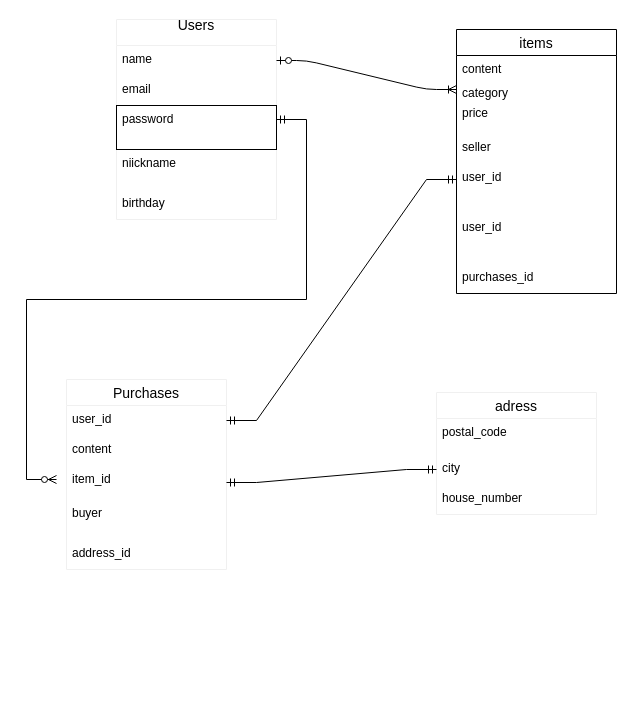
Before: test.dio in 1090dopl/furima-37280, a draw.io diagram. Source tidied: cells renumbered, new cells numbered last; positions are measured from the earlier drawing's top-left corner, leaving out a move shared by most shapes. Both pictures are drawn from the tidied source at 100%, with x=0, y=0 at pixel (56, 19).
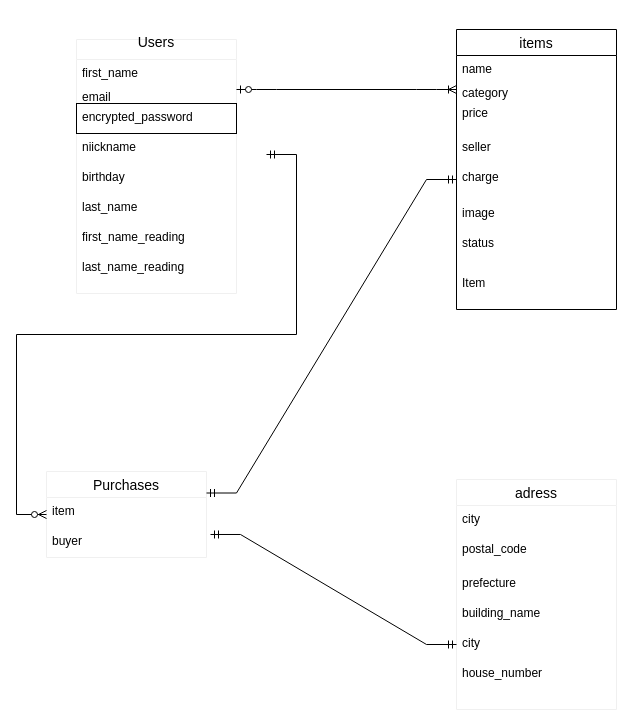
After the change.

Unchanged cells that the change refers to:
```xml
<mxCell id="20" value="category" style="text;strokeColor=none;fillColor=none;spacingLeft=4;spacingRight=4;overflow=hidden;points=[[0,0.5],[1,0.5]];portConstraint=eastwest;fontSize=12;labelBackgroundColor=default;" parent="18" vertex="1">
  <mxGeometry y="50" width="160" height="20" as="geometry" />
</mxCell>
```

Diff of the diagram source:
```diff
@@
     <mxCell id="2" value="Purchases" style="swimlane;fontStyle=0;horizontal=1;startSize=26;align=center;fontSize=14;strokeColor=#F0F0F0;strokeWidth=1;fillColor=none;" parent="1" vertex="1">
-      <mxGeometry x="10" y="360" width="160" height="190" as="geometry" />
+      <mxGeometry x="-10" y="452" width="160" height="86" as="geometry" />
     </mxCell>
-    <mxCell id="3" value="user_id" style="text;strokeColor=none;fillColor=none;spacingLeft=4;spacingRight=4;overflow=hidden;points=[[0,0.5],[1,0.5]];portConstraint=eastwest;fontSize=12;" parent="2" vertex="1">
-      <mxGeometry y="26" width="160" height="30" as="geometry" />
-    </mxCell>
-    <mxCell id="4" value="content" style="text;strokeColor=none;fillColor=none;spacingLeft=4;spacingRight=4;overflow=hidden;fontSize=12;" parent="2" vertex="1">
-      <mxGeometry y="56" width="160" height="30" as="geometry" />
+    <mxCell id="4" value="item" style="text;strokeColor=none;fillColor=none;spacingLeft=4;spacingRight=4;overflow=hidden;fontSize=12;" parent="2" vertex="1">
+      <mxGeometry y="26" width="160" height="30" as="geometry" />
     </mxCell>
-    <mxCell id="5" value="item_id" style="text;strokeColor=none;fillColor=none;spacingLeft=4;spacingRight=4;overflow=hidden;points=[[0,0.5],[1,0.5]];portConstraint=eastwest;fontSize=12;labelBackgroundColor=default;" parent="2" vertex="1">
-      <mxGeometry y="86" width="160" height="34" as="geometry" />
-    </mxCell>
     <mxCell id="6" value="buyer" style="text;strokeColor=none;fillColor=none;spacingLeft=4;spacingRight=4;overflow=hidden;points=[[0,0.5],[1,0.5]];portConstraint=eastwest;fontSize=12;labelBackgroundColor=default;" parent="2" vertex="1">
-      <mxGeometry y="120" width="160" height="40" as="geometry" />
+      <mxGeometry y="56" width="160" height="30" as="geometry" />
     </mxCell>
-    <mxCell id="7" value="address_id&#10;" style="text;strokeColor=none;fillColor=none;spacingLeft=4;spacingRight=4;overflow=hidden;fontSize=12;labelBackgroundColor=default;" parent="2" vertex="1">
-      <mxGeometry y="160" width="160" height="30" as="geometry" />
-    </mxCell>
     <mxCell id="8" value="adress" style="swimlane;fontStyle=0;horizontal=1;startSize=26;align=center;fontSize=14;strokeColor=#F0F0F0;strokeWidth=1;fillColor=none;" parent="1" vertex="1">
-      <mxGeometry x="380" y="373" width="160" height="122" as="geometry" />
+      <mxGeometry x="400" y="460" width="160" height="230" as="geometry" />
     </mxCell>
+    <mxCell id="30" value="city&#10;" style="text;strokeColor=none;fillColor=none;spacingLeft=4;spacingRight=4;overflow=hidden;fontSize=12;labelBackgroundColor=default;" parent="8" vertex="1">
+      <mxGeometry y="26" width="160" height="30" as="geometry" />
+    </mxCell>
     <mxCell id="9" value="postal_code" style="text;strokeColor=none;fillColor=none;spacingLeft=4;spacingRight=4;overflow=hidden;fontSize=12;" parent="8" vertex="1">
-      <mxGeometry y="26" width="160" height="36" as="geometry" />
+      <mxGeometry y="56" width="160" height="34" as="geometry" />
     </mxCell>
+    <mxCell id="31" value="prefecture&#10;" style="text;strokeColor=none;fillColor=none;spacingLeft=4;spacingRight=4;overflow=hidden;fontSize=12;labelBackgroundColor=default;" parent="8" vertex="1">
+      <mxGeometry y="90" width="160" height="30" as="geometry" />
+    </mxCell>
+    <mxCell id="32" value="building_name" style="text;strokeColor=none;fillColor=none;spacingLeft=4;spacingRight=4;overflow=hidden;fontSize=12;labelBackgroundColor=default;" parent="8" vertex="1">
+      <mxGeometry y="120" width="160" height="30" as="geometry" />
+    </mxCell>
     <mxCell id="10" value="city" style="text;strokeColor=none;fillColor=none;spacingLeft=4;spacingRight=4;overflow=hidden;points=[[0,0.5],[1,0.5]];portConstraint=eastwest;fontSize=12;" parent="8" vertex="1">
-      <mxGeometry y="62" width="160" height="30" as="geometry" />
+      <mxGeometry y="150" width="160" height="30" as="geometry" />
     </mxCell>
     <mxCell id="11" value="house_number" style="text;strokeColor=none;fillColor=none;spacingLeft=4;spacingRight=4;overflow=hidden;fontSize=12;" parent="8" vertex="1">
-      <mxGeometry y="92" width="160" height="30" as="geometry" />
+      <mxGeometry y="180" width="160" height="50" as="geometry" />
     </mxCell>
-    <mxCell id="12" value="Users&#10;" style="swimlane;fontStyle=0;horizontal=1;startSize=26;align=center;fontSize=14;strokeColor=#F0F0F0;strokeWidth=1;fillColor=none;" parent="1" vertex="1">
-      <mxGeometry x="60" width="160" height="200" as="geometry" />
+    <mxCell id="12" value="Users&#10;" style="swimlane;fontStyle=0;horizontal=1;startSize=20;align=center;fontSize=14;strokeColor=#F0F0F0;strokeWidth=1;fillColor=none;" parent="1" vertex="1">
+      <mxGeometry x="20" y="20" width="160" height="254" as="geometry" />
     </mxCell>
-    <mxCell id="13" value="name" style="text;strokeColor=none;fillColor=none;spacingLeft=4;spacingRight=4;overflow=hidden;points=[[0,0.5],[1,0.5]];portConstraint=eastwest;fontSize=12;" parent="12" vertex="1">
-      <mxGeometry y="26" width="160" height="30" as="geometry" />
+    <mxCell id="13" value="first_name" style="text;strokeColor=none;fillColor=none;spacingLeft=4;spacingRight=4;overflow=hidden;points=[[0,0.5],[1,0.5]];portConstraint=eastwest;fontSize=12;" parent="12" vertex="1">
+      <mxGeometry y="20" width="160" height="24" as="geometry" />
     </mxCell>
     <mxCell id="14" value="email" style="text;strokeColor=none;fillColor=none;spacingLeft=4;spacingRight=4;overflow=hidden;fontSize=12;" parent="12" vertex="1">
-      <mxGeometry y="56" width="160" height="30" as="geometry" />
+      <mxGeometry y="44" width="160" height="20" as="geometry" />
     </mxCell>
-    <mxCell id="15" value="password" style="text;strokeColor=default;fillColor=none;spacingLeft=4;spacingRight=4;overflow=hidden;fontSize=12;verticalAlign=top;" parent="12" vertex="1">
-      <mxGeometry y="86" width="160" height="44" as="geometry" />
-    </mxCell>
+    <mxCell id="33" value="encrypted_password" style="text;strokeColor=default;fillColor=none;spacingLeft=4;spacingRight=4;overflow=hidden;fontSize=12;verticalAlign=top;" parent="12" vertex="1">
+      <mxGeometry y="64" width="160" height="30" as="geometry" />
+    </mxCell>
     <mxCell id="16" value="niickname" style="text;strokeColor=none;fillColor=none;spacingLeft=4;spacingRight=4;overflow=hidden;fontSize=12;labelBackgroundColor=default;" parent="12" vertex="1">
-      <mxGeometry y="130" width="160" height="70" as="geometry" />
+      <mxGeometry y="94" width="160" height="30" as="geometry" />
     </mxCell>
+    <mxCell id="27" value="birthday" style="text;strokeColor=none;fillColor=none;spacingLeft=4;spacingRight=4;overflow=hidden;fontSize=12;labelBackgroundColor=default;" parent="12" vertex="1">
+      <mxGeometry y="124" width="160" height="30" as="geometry" />
+    </mxCell>
+    <mxCell id="34" value="last_name&#10;" style="text;strokeColor=none;fillColor=none;spacingLeft=4;spacingRight=4;overflow=hidden;fontSize=12;labelBackgroundColor=default;" parent="12" vertex="1">
+      <mxGeometry y="154" width="160" height="30" as="geometry" />
+    </mxCell>
+    <mxCell id="35" value="first_name_reading" style="text;strokeColor=none;fillColor=none;spacingLeft=4;spacingRight=4;overflow=hidden;fontSize=12;labelBackgroundColor=default;" parent="12" vertex="1">
+      <mxGeometry y="184" width="160" height="30" as="geometry" />
+    </mxCell>
+    <mxCell id="36" value="last_name_reading" style="text;strokeColor=none;fillColor=none;spacingLeft=4;spacingRight=4;overflow=hidden;fontSize=12;labelBackgroundColor=default;" parent="12" vertex="1">
+      <mxGeometry y="214" width="160" height="40" as="geometry" />
+    </mxCell>
-    <mxCell id="17" style="edgeStyle=entityRelationEdgeStyle;fontSize=12;html=1;endArrow=ERoneToMany;startArrow=ERzeroToOne;exitX=1;exitY=0.5;exitDx=0;exitDy=0;entryX=0;entryY=0.5;entryDx=0;entryDy=0;" parent="1" edge="1" source="13" target="20">
-      <mxGeometry relative="1" as="geometry" />
+    <mxCell id="17" style="edgeStyle=entityRelationEdgeStyle;fontSize=12;html=1;endArrow=ERoneToMany;startArrow=ERzeroToOne;entryX=0;entryY=0.5;entryDx=0;entryDy=0;" parent="1" edge="1" target="20">
+      <mxGeometry relative="1" as="geometry">
+        <mxPoint x="180" y="70" as="sourcePoint" />
+      </mxGeometry>
     </mxCell>
     <mxCell id="18" value="items" style="swimlane;fontStyle=0;horizontal=1;startSize=26;align=center;fontSize=14;labelBackgroundColor=default;strokeColor=default;strokeWidth=1;fillColor=none;" parent="1" vertex="1">
-      <mxGeometry x="400" y="10" width="160" height="264" as="geometry" />
+      <mxGeometry x="400" y="10" width="160" height="280" as="geometry" />
     </mxCell>
-    <mxCell id="19" value="content&#10;" style="text;strokeColor=none;fillColor=none;spacingLeft=4;spacingRight=4;overflow=hidden;fontSize=12;labelBackgroundColor=default;" parent="18" vertex="1">
+    <mxCell id="19" value="name" style="text;strokeColor=none;fillColor=none;spacingLeft=4;spacingRight=4;overflow=hidden;fontSize=12;labelBackgroundColor=default;" parent="18" vertex="1">
       <mxGeometry y="26" width="160" height="24" as="geometry" />
     </mxCell>
@@
-    <mxCell id="23" value="user_id" style="text;strokeColor=none;fillColor=none;spacingLeft=4;spacingRight=4;overflow=hidden;fontSize=12;labelBackgroundColor=default;" parent="18" vertex="1">
-      <mxGeometry y="134" width="160" height="50" as="geometry" />
-    </mxCell>
-    <mxCell id="24" value="user_id" style="text;strokeColor=none;fillColor=none;spacingLeft=4;spacingRight=4;overflow=hidden;fontSize=12;labelBackgroundColor=default;" parent="18" vertex="1">
-      <mxGeometry y="184" width="160" height="50" as="geometry" />
+    <mxCell id="24" value="charge&#10;" style="text;strokeColor=none;fillColor=none;spacingLeft=4;spacingRight=4;overflow=hidden;fontSize=12;labelBackgroundColor=default;" parent="18" vertex="1">
+      <mxGeometry y="134" width="160" height="36" as="geometry" />
     </mxCell>
-    <mxCell id="25" value="purchases_id" style="text;strokeColor=none;fillColor=none;spacingLeft=4;spacingRight=4;overflow=hidden;fontSize=12;labelBackgroundColor=default;" parent="18" vertex="1">
-      <mxGeometry y="234" width="160" height="30" as="geometry" />
-    </mxCell>
+    <mxCell id="37" value="image&#10;" style="text;strokeColor=none;fillColor=none;spacingLeft=4;spacingRight=4;overflow=hidden;fontSize=12;labelBackgroundColor=default;" parent="18" vertex="1">
+      <mxGeometry y="170" width="160" height="30" as="geometry" />
+    </mxCell>
+    <mxCell id="38" value="status" style="text;strokeColor=none;fillColor=none;spacingLeft=4;spacingRight=4;overflow=hidden;fontSize=12;labelBackgroundColor=default;" parent="18" vertex="1">
+      <mxGeometry y="200" width="160" height="40" as="geometry" />
+    </mxCell>
+    <mxCell id="39" value="Item" style="text;strokeColor=none;fillColor=none;spacingLeft=4;spacingRight=4;overflow=hidden;fontSize=12;labelBackgroundColor=default;" parent="18" vertex="1">
+      <mxGeometry y="240" width="160" height="40" as="geometry" />
+    </mxCell>
-    <mxCell id="26" style="edgeStyle=entityRelationEdgeStyle;fontSize=12;html=1;endArrow=ERmandOne;startArrow=ERmandOne;rounded=0;exitX=1;exitY=0.5;exitDx=0;exitDy=0;entryX=0;entryY=0.5;entryDx=0;entryDy=0;" parent="1" edge="1" source="5" target="10">
+    <mxCell id="26" style="edgeStyle=entityRelationEdgeStyle;fontSize=12;html=1;endArrow=ERmandOne;startArrow=ERmandOne;rounded=0;entryX=0;entryY=0.5;entryDx=0;entryDy=0;exitX=1.025;exitY=0.233;exitDx=0;exitDy=0;exitPerimeter=0;" parent="1" edge="1" source="6" target="10">
       <mxGeometry relative="1" as="geometry" />
     </mxCell>
-    <mxCell id="27" value="birthday" style="text;strokeColor=none;fillColor=none;spacingLeft=4;spacingRight=4;overflow=hidden;fontSize=12;labelBackgroundColor=default;" parent="1" vertex="1">
-      <mxGeometry x="60" y="170" width="160" height="30" as="geometry" />
-    </mxCell>
     <mxCell id="28" style="edgeStyle=entityRelationEdgeStyle;fontSize=12;html=1;endArrow=ERzeroToMany;startArrow=ERmandOne;targetPerimeterSpacing=1;rounded=0;" parent="1" edge="1">
       <mxGeometry relative="1" as="geometry">
-        <mxPoint x="220" y="100" as="sourcePoint" />
-        <mxPoint y="460" as="targetPoint" />
+        <mxPoint x="210" y="135" as="sourcePoint" />
+        <mxPoint x="-10" y="495" as="targetPoint" />
       </mxGeometry>
     </mxCell>
-    <mxCell id="29" style="edgeStyle=entityRelationEdgeStyle;fontSize=12;html=1;endArrow=ERmandOne;startArrow=ERmandOne;rounded=0;targetPerimeterSpacing=1;exitX=1;exitY=0.5;exitDx=0;exitDy=0;" parent="1" edge="1" source="3">
+    <mxCell id="29" style="edgeStyle=entityRelationEdgeStyle;fontSize=12;html=1;endArrow=ERmandOne;startArrow=ERmandOne;rounded=0;targetPerimeterSpacing=1;exitX=1;exitY=0.25;exitDx=0;exitDy=0;" parent="1" edge="1" source="2">
       <mxGeometry relative="1" as="geometry">
         <mxPoint x="400" y="160" as="targetPoint" />
       </mxGeometry>
     </mxCell>
```
